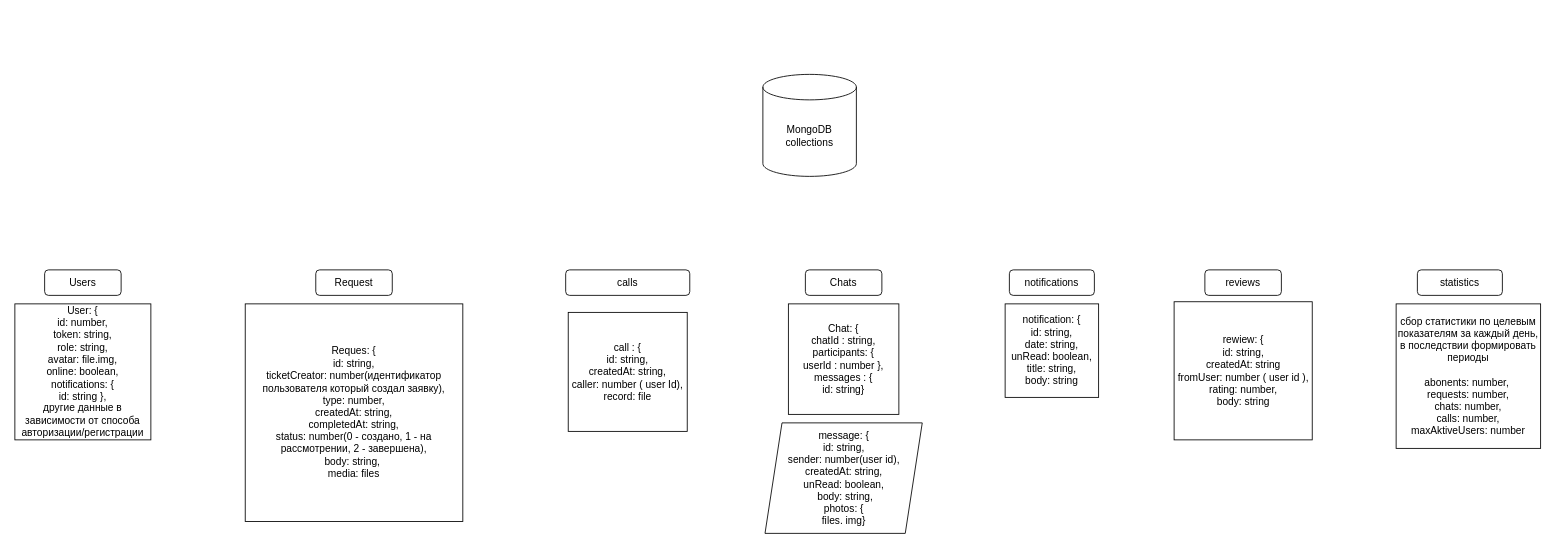
Earlier version of the draw.io diagram Models/Диаграмма без названия.drawio (Mark-Makarov/ModelsDB). Source tidied: cells renumbered, new cells numbered last; positions are measured from the earlier drawing's top-left corner, leaving out a move shared by most shapes. Both pictures are drawn from the tidied source at 85%, with x=0, y=0 at pixel (14, 74).
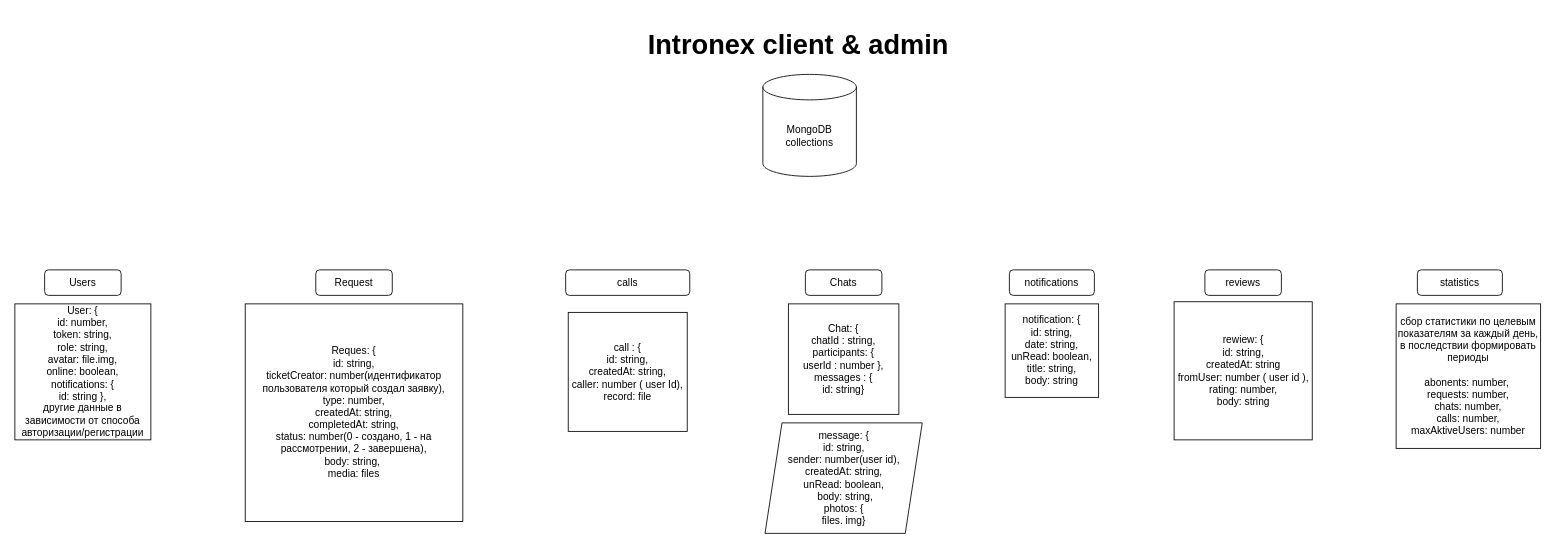
The same page after the edit.

The edit, as a diff of the source:
```diff
@@
 <mxGraphModel>
   <root>
     <mxCell id="0" />
     <mxCell id="1" parent="0" />
     <mxCell id="2" value="MongoDB&lt;br&gt;collections" style="shape=cylinder3;whiteSpace=wrap;html=1;boundedLbl=1;backgroundOutline=1;size=15;" parent="1" vertex="1">
       <mxGeometry x="880" width="110" height="120" as="geometry" />
     </mxCell>
     <mxCell id="3" value="Users" style="rounded=1;whiteSpace=wrap;html=1;" parent="1" vertex="1">
       <mxGeometry x="35" y="230" width="90" height="30" as="geometry" />
     </mxCell>
     <mxCell id="4" value="User: {&lt;br&gt;id: number,&lt;br&gt;token: string,&lt;br&gt;role: string,&lt;br&gt;avatar: file.img,&lt;br&gt;online: boolean,&lt;br&gt;notifications: {&lt;br&gt;id: string },&lt;br&gt;другие данные в зависимости от способа авторизации/регистрации" style="whiteSpace=wrap;html=1;" parent="1" vertex="1">
       <mxGeometry y="270" width="160" height="160" as="geometry" />
     </mxCell>
     <mxCell id="5" value="Request" style="rounded=1;whiteSpace=wrap;html=1;" parent="1" vertex="1">
       <mxGeometry x="354" y="230" width="90" height="30" as="geometry" />
     </mxCell>
     <mxCell id="6" value="Reques: {&lt;br&gt;id: string,&lt;br&gt;ticketCreator: number(идентификатор пользователя который создал заявку),&lt;br&gt;type: number,&lt;br&gt;createdAt: string,&lt;br&gt;completedAt: string,&lt;br&gt;status: number(0 - создано, 1 - на рассмотрении, 2 - завершена),&lt;br&gt;body: string,&amp;nbsp;&lt;br&gt;media: files" style="whiteSpace=wrap;html=1;imageAspect=1;" parent="1" vertex="1">
       <mxGeometry x="271" y="270" width="256" height="256" as="geometry" />
     </mxCell>
     <mxCell id="7" value="Chats" style="rounded=1;whiteSpace=wrap;html=1;" parent="1" vertex="1">
       <mxGeometry x="930" y="230" width="90" height="30" as="geometry" />
     </mxCell>
     <mxCell id="8" value="Chat: {&lt;br&gt;chatId : string,&lt;br&gt;participants: {&lt;br&gt;userId : number },&lt;br&gt;messages : {&lt;br&gt;id: string}" style="whiteSpace=wrap;html=1;" parent="1" vertex="1">
       <mxGeometry x="910" y="270" width="130" height="130" as="geometry" />
     </mxCell>
     <mxCell id="9" value="message: {&lt;br&gt;id: string,&lt;br&gt;sender: number(user id),&lt;br&gt;createdAt: string,&lt;br&gt;unRead: boolean,&lt;br&gt;&amp;nbsp;body: string,&lt;br&gt;photos: {&lt;br&gt;files. img}" style="shape=parallelogram;perimeter=parallelogramPerimeter;whiteSpace=wrap;html=1;fixedSize=1;" parent="1" vertex="1">
       <mxGeometry x="882.5" y="410" width="185" height="130" as="geometry" />
     </mxCell>
     <mxCell id="10" value="notifications" style="rounded=1;whiteSpace=wrap;html=1;" parent="1" vertex="1">
       <mxGeometry x="1170" y="230" width="100" height="30" as="geometry" />
     </mxCell>
     <mxCell id="11" value="notification: {&lt;br&gt;id: string,&lt;br&gt;date: string,&lt;br&gt;unRead: boolean,&lt;br&gt;title: string,&lt;br&gt;body: string" style="whiteSpace=wrap;html=1;" parent="1" vertex="1">
       <mxGeometry x="1165" y="270" width="110" height="110" as="geometry" />
     </mxCell>
     <mxCell id="12" value="reviews" style="rounded=1;whiteSpace=wrap;html=1;" parent="1" vertex="1">
       <mxGeometry x="1400" y="230" width="90" height="30" as="geometry" />
     </mxCell>
     <mxCell id="13" value="rewiew: {&lt;br&gt;id: string,&lt;br&gt;createdAt: string&lt;br&gt;fromUser: number ( user id ),&lt;br&gt;rating: number,&lt;br&gt;body: string" style="whiteSpace=wrap;html=1;" parent="1" vertex="1">
       <mxGeometry x="1363.8" y="267.5" width="162.5" height="162.5" as="geometry" />
     </mxCell>
     <mxCell id="14" value="statistics" style="rounded=1;whiteSpace=wrap;html=1;" parent="1" vertex="1">
       <mxGeometry x="1650" y="230" width="100" height="30" as="geometry" />
     </mxCell>
     <mxCell id="15" value="сбор статистики по целевым показателям за каждый день, в последствии формировать периоды&lt;br&gt;&lt;br&gt;abonents: number,&amp;nbsp;&lt;br&gt;requests: number,&lt;br&gt;chats: number,&lt;br&gt;calls: number,&lt;br&gt;maxAktiveUsers: number" style="whiteSpace=wrap;html=1;" parent="1" vertex="1">
       <mxGeometry x="1625" y="270" width="170" height="170" as="geometry" />
     </mxCell>
     <mxCell id="16" value="calls" style="rounded=1;whiteSpace=wrap;html=1;" parent="1" vertex="1">
       <mxGeometry x="648" y="230" width="146" height="30" as="geometry" />
     </mxCell>
     <mxCell id="17" value="call : {&lt;br&gt;id: string,&lt;br&gt;createdAt: string,&lt;br&gt;caller: number ( user Id),&lt;br&gt;record: file" style="whiteSpace=wrap;html=1;" parent="1" vertex="1">
       <mxGeometry x="651" y="280" width="140" height="140" as="geometry" />
     </mxCell>
+    <mxCell id="18" value="&lt;h1&gt;&lt;font style=&quot;font-size: 32px;&quot;&gt;Intronex client &amp;amp; admin&lt;/font&gt;&lt;/h1&gt;" style="text;html=1;strokeColor=none;fillColor=none;spacing=5;spacingTop=-20;whiteSpace=wrap;overflow=hidden;rounded=0;" parent="1" vertex="1">
+      <mxGeometry x="740" y="-60" width="390" height="120" as="geometry" />
+    </mxCell>
   </root>
 </mxGraphModel>
```
